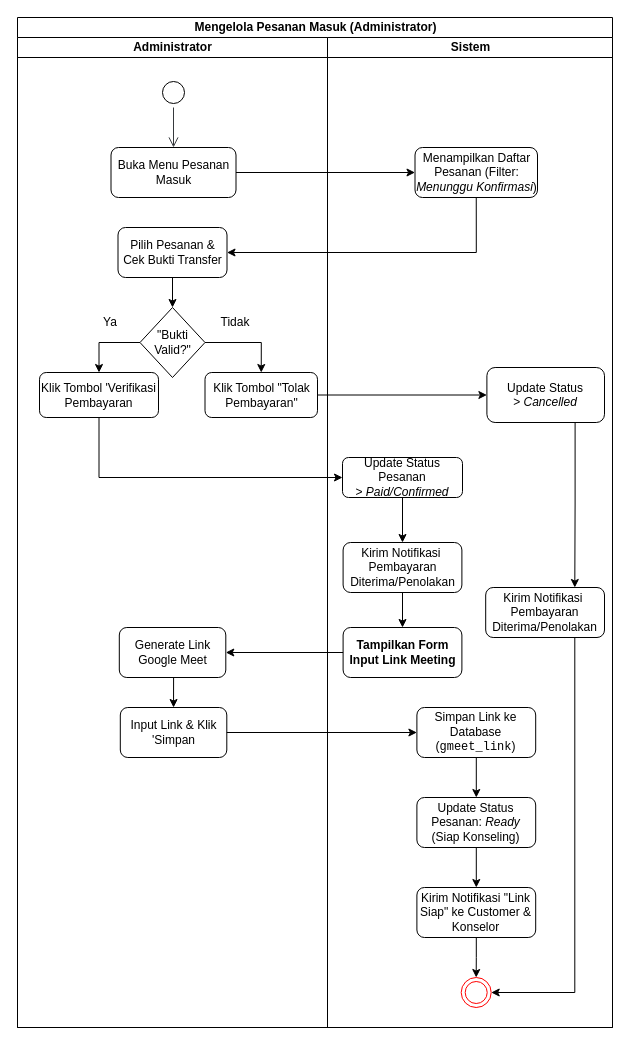
Earlier version of the draw.io diagram Mengelola Pesanan Masuk (Administrator) Activity Diagram.drawio (UlulAzmiALatala/moodly-app). Source tidied: cells renumbered, new cells numbered last; positions are measured from the earlier drawing's top-left corner, leaving out a move shared by most shapes. Both pictures are drawn from the tidied source at 100%, with x=0, y=0 at pixel (17, 17).
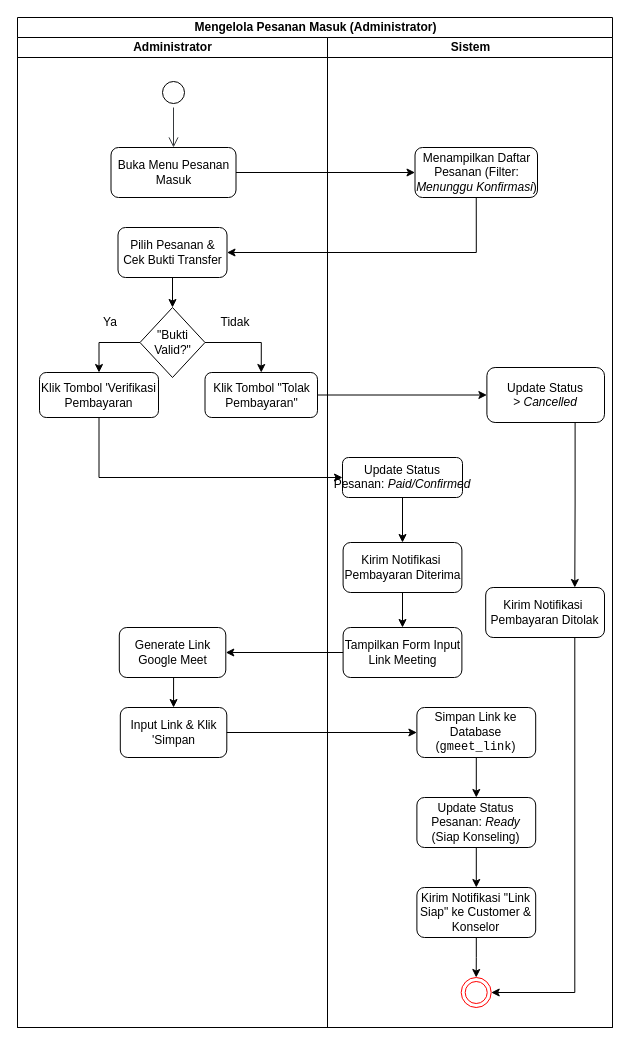
After the change.

Unchanged cells that the change refers to:
```xml
<mxCell id="23" value="Sistem" style="swimlane;startSize=20;html=1;fillColor=default;" parent="2" vertex="1">
  <mxGeometry x="310" y="20" width="285" height="990" as="geometry" />
</mxCell>
```

What changed in the source:
```diff
@@
-    <mxCell id="28" value="&lt;span style=&quot;font-weight: normal;&quot;&gt;Update Status Pesanan &amp;gt;&amp;nbsp;&lt;i style=&quot;font-family: &amp;quot;Google Sans Text&amp;quot;, sans-serif !important; line-height: 1.15 !important; margin-top: 0px !important;&quot;&gt;Paid/Confirmed&lt;/i&gt;&lt;/span&gt;" style="rounded=1;whiteSpace=wrap;html=1;fontStyle=1;" parent="23" vertex="1">
+    <mxCell id="28" value="&lt;span style=&quot;font-weight: normal;&quot;&gt;Update Status Pesanan:&amp;nbsp;&lt;i style=&quot;font-family: &amp;quot;Google Sans Text&amp;quot;, sans-serif !important; line-height: 1.15 !important; margin-top: 0px !important;&quot;&gt;Paid/Confirmed&lt;/i&gt;&lt;/span&gt;" style="rounded=1;whiteSpace=wrap;html=1;fontStyle=1;" parent="23" vertex="1">
       <mxGeometry x="15" y="420" width="120" height="40" as="geometry" />
     </mxCell>
@@
-    <mxCell id="31" value="&lt;span style=&quot;font-weight: normal;&quot;&gt;Kirim Notifikasi&amp;nbsp; Pembayaran Diterima/Penolakan&lt;/span&gt;" style="rounded=1;whiteSpace=wrap;html=1;fontStyle=1;" parent="23" vertex="1">
+    <mxCell id="31" value="&lt;span style=&quot;font-weight: normal;&quot;&gt;Kirim Notifikasi&amp;nbsp; Pembayaran Ditolak&lt;/span&gt;" style="rounded=1;whiteSpace=wrap;html=1;fontStyle=1;" parent="23" vertex="1">
       <mxGeometry x="158.2" y="550" width="118.8" height="50" as="geometry" />
     </mxCell>
@@
-    <mxCell id="33" value="&lt;span style=&quot;font-weight: normal;&quot;&gt;Kirim Notifikasi&amp;nbsp; Pembayaran Diterima/Penolakan&lt;/span&gt;" style="rounded=1;whiteSpace=wrap;html=1;fontStyle=1;" parent="23" vertex="1">
+    <mxCell id="33" value="&lt;span style=&quot;font-weight: normal;&quot;&gt;Kirim Notifikasi&amp;nbsp; Pembayaran Diterima&lt;/span&gt;" style="rounded=1;whiteSpace=wrap;html=1;fontStyle=1;" parent="23" vertex="1">
       <mxGeometry x="15.6" y="505" width="118.8" height="50" as="geometry" />
     </mxCell>
-    <mxCell id="34" value="Tampilkan Form Input Link Meeting" style="rounded=1;whiteSpace=wrap;html=1;fontStyle=1;" parent="23" vertex="1">
+    <mxCell id="34" value="&lt;span style=&quot;font-weight: normal;&quot;&gt;Tampilkan Form Input Link Meeting&lt;/span&gt;" style="rounded=1;whiteSpace=wrap;html=1;fontStyle=1;" parent="23" vertex="1">
       <mxGeometry x="15.6" y="590" width="118.8" height="50" as="geometry" />
     </mxCell>
```
